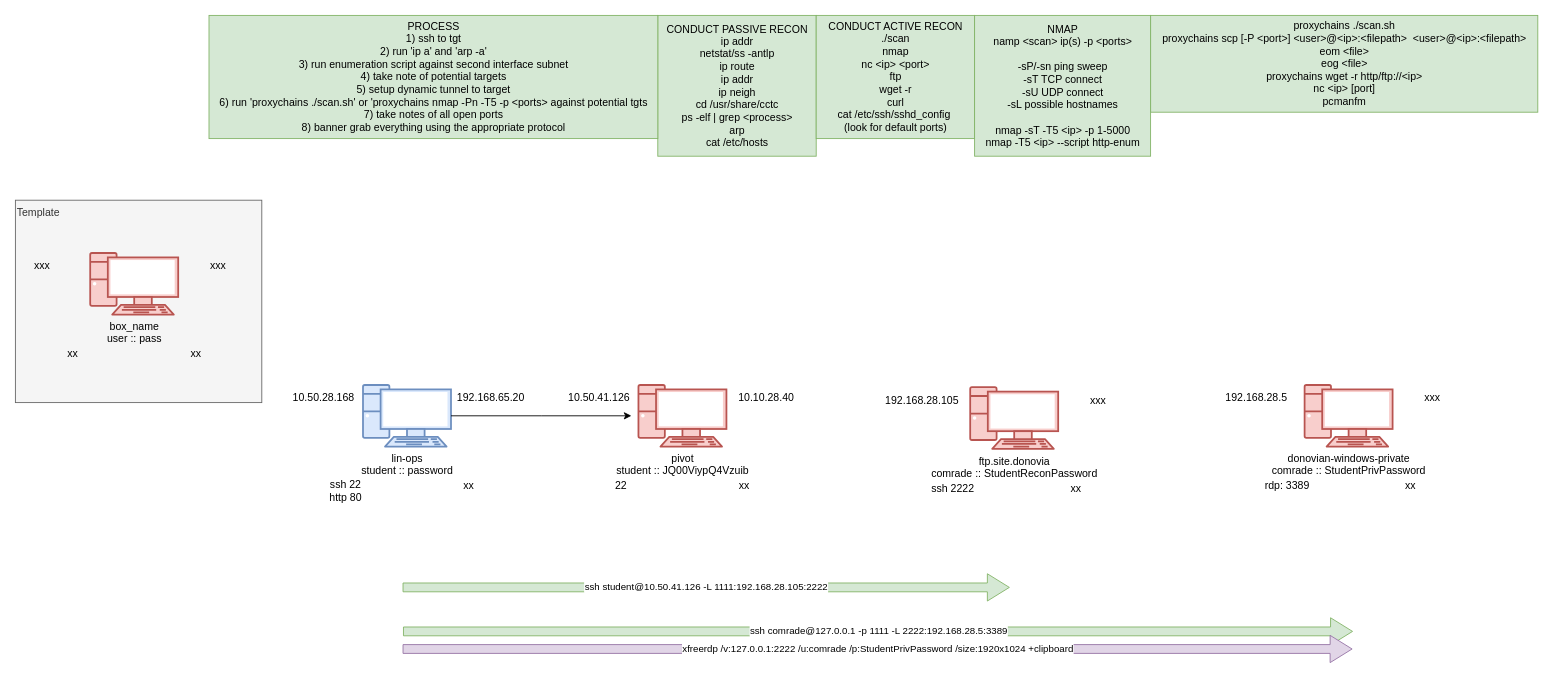
Above: CCTC/SEC/Day_9/Exercise/Win_Priv.drawio in wifi96h/new (draw.io), before the change. Source tidied: cells renumbered, new cells numbered last; positions are measured from the earlier drawing's top-left corner, leaving out a move shared by most shapes. Both pictures are drawn from the tidied source at 88%, with x=0, y=0 at pixel (15, 15).
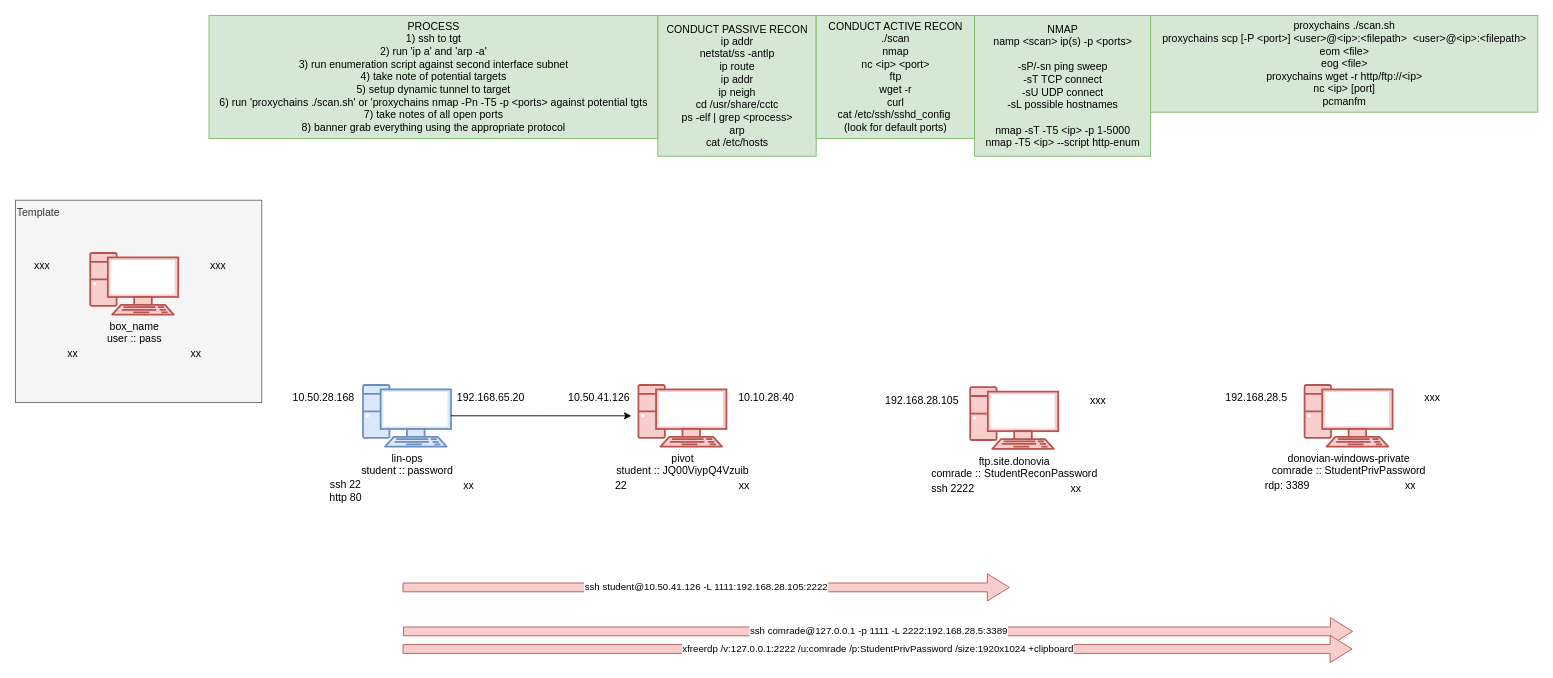
The same diagram, later.

Change to the diagram source:
```diff
@@
-    <mxCell id="39" value="&lt;span style=&quot;color: rgb(0, 0, 0); font-family: Helvetica; font-size: 11px; font-style: normal; font-variant-ligatures: normal; font-variant-caps: normal; font-weight: 400; letter-spacing: normal; orphans: 2; text-align: center; text-indent: 0px; text-transform: none; widows: 2; word-spacing: 0px; -webkit-text-stroke-width: 0px; white-space: nowrap; background-color: rgb(255, 255, 255); text-decoration-thickness: initial; text-decoration-style: initial; text-decoration-color: initial; display: inline !important; float: none;&quot;&gt;ssh student@10.50.41.126 -L 1111:192.168.28.105:2222&lt;/span&gt;" style="edgeStyle=none;orthogonalLoop=1;jettySize=auto;html=1;shape=flexArrow;rounded=1;startSize=8;endSize=8;fillColor=#d5e8d4;strokeColor=#82b366;" parent="1" edge="1">
+    <mxCell id="39" value="&lt;span style=&quot;color: rgb(0, 0, 0); font-family: Helvetica; font-size: 11px; font-style: normal; font-variant-ligatures: normal; font-variant-caps: normal; font-weight: 400; letter-spacing: normal; orphans: 2; text-align: center; text-indent: 0px; text-transform: none; widows: 2; word-spacing: 0px; -webkit-text-stroke-width: 0px; white-space: nowrap; background-color: rgb(255, 255, 255); text-decoration-thickness: initial; text-decoration-style: initial; text-decoration-color: initial; display: inline !important; float: none;&quot;&gt;ssh student@10.50.41.126 -L 1111:192.168.28.105:2222&lt;/span&gt;" style="edgeStyle=none;orthogonalLoop=1;jettySize=auto;html=1;shape=flexArrow;rounded=1;startSize=8;endSize=8;fillColor=#f8cecc;strokeColor=#b85450;" parent="1" edge="1">
       <mxGeometry relative="1" as="geometry">
         <mxPoint x="440" y="650" as="sourcePoint" />
         <mxPoint x="1130" y="650" as="targetPoint" />
       </mxGeometry>
     </mxCell>
@@
-    <mxCell id="48" value="&lt;span style=&quot;color: rgb(0, 0, 0); font-family: Helvetica; font-size: 11px; font-style: normal; font-variant-ligatures: normal; font-variant-caps: normal; font-weight: 400; letter-spacing: normal; orphans: 2; text-align: center; text-indent: 0px; text-transform: none; widows: 2; word-spacing: 0px; -webkit-text-stroke-width: 0px; white-space: nowrap; background-color: rgb(255, 255, 255); text-decoration-thickness: initial; text-decoration-style: initial; text-decoration-color: initial; display: inline !important; float: none;&quot;&gt;ssh comrade@127.0.0.1 -p 1111 -L 2222:192.168.28.5:3389&lt;/span&gt;" style="edgeStyle=none;orthogonalLoop=1;jettySize=auto;html=1;shape=flexArrow;rounded=1;startSize=8;endSize=8;fillColor=#d5e8d4;strokeColor=#82b366;" parent="1" edge="1">
+    <mxCell id="48" value="&lt;span style=&quot;color: rgb(0, 0, 0); font-family: Helvetica; font-size: 11px; font-style: normal; font-variant-ligatures: normal; font-variant-caps: normal; font-weight: 400; letter-spacing: normal; orphans: 2; text-align: center; text-indent: 0px; text-transform: none; widows: 2; word-spacing: 0px; -webkit-text-stroke-width: 0px; white-space: nowrap; background-color: rgb(255, 255, 255); text-decoration-thickness: initial; text-decoration-style: initial; text-decoration-color: initial; display: inline !important; float: none;&quot;&gt;ssh comrade@127.0.0.1 -p 1111 -L 2222:192.168.28.5:3389&lt;/span&gt;" style="edgeStyle=none;orthogonalLoop=1;jettySize=auto;html=1;shape=flexArrow;rounded=1;startSize=8;endSize=8;fillColor=#f8cecc;strokeColor=#b85450;" parent="1" edge="1">
       <mxGeometry relative="1" as="geometry">
         <mxPoint x="440.5" y="700" as="sourcePoint" />
         <mxPoint x="1520" y="700" as="targetPoint" />
       </mxGeometry>
     </mxCell>
-    <mxCell id="49" value="&lt;div&gt;xfreerdp /v:127.0.0.1:2222 /u:comrade /p:StudentPrivPassword /size:1920x1024 +clipboard&lt;/div&gt;" style="edgeStyle=none;orthogonalLoop=1;jettySize=auto;html=1;shape=flexArrow;rounded=1;startSize=8;endSize=8;fillColor=#e1d5e7;strokeColor=#9673a6;" parent="1" edge="1">
+    <mxCell id="49" value="&lt;div&gt;xfreerdp /v:127.0.0.1:2222 /u:comrade /p:StudentPrivPassword /size:1920x1024 +clipboard&lt;/div&gt;" style="edgeStyle=none;orthogonalLoop=1;jettySize=auto;html=1;shape=flexArrow;rounded=1;startSize=8;endSize=8;fillColor=#f8cecc;strokeColor=#b85450;" parent="1" edge="1">
       <mxGeometry relative="1" as="geometry">
         <mxPoint x="440" y="720" as="sourcePoint" />
         <mxPoint x="1519.5" y="720" as="targetPoint" />
       </mxGeometry>
     </mxCell>
```
